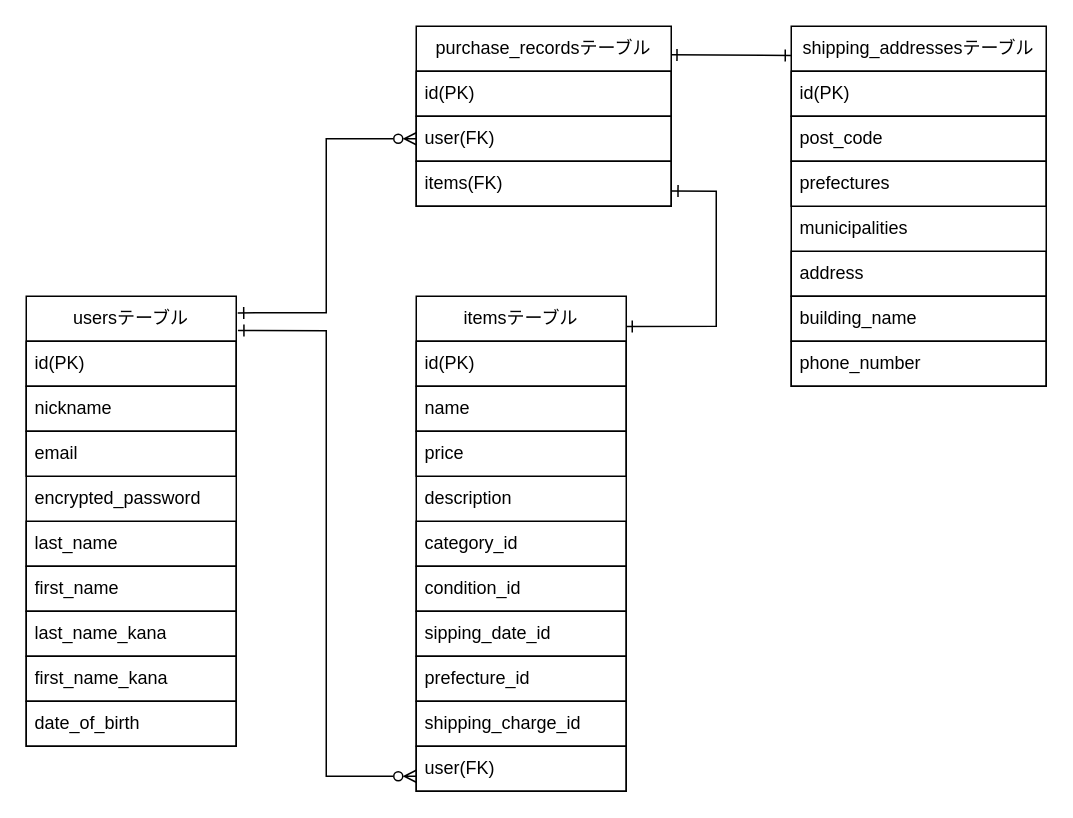
This is ER図.dio from shota27shota/furima-39488, a draw.io file, before an edit. Source tidied: cells renumbered, new cells numbered last; positions are measured from the earlier drawing's top-left corner, leaving out a move shared by most shapes. Both pictures are drawn from the tidied source at 150%, with x=0, y=0 at pixel (26, 26).
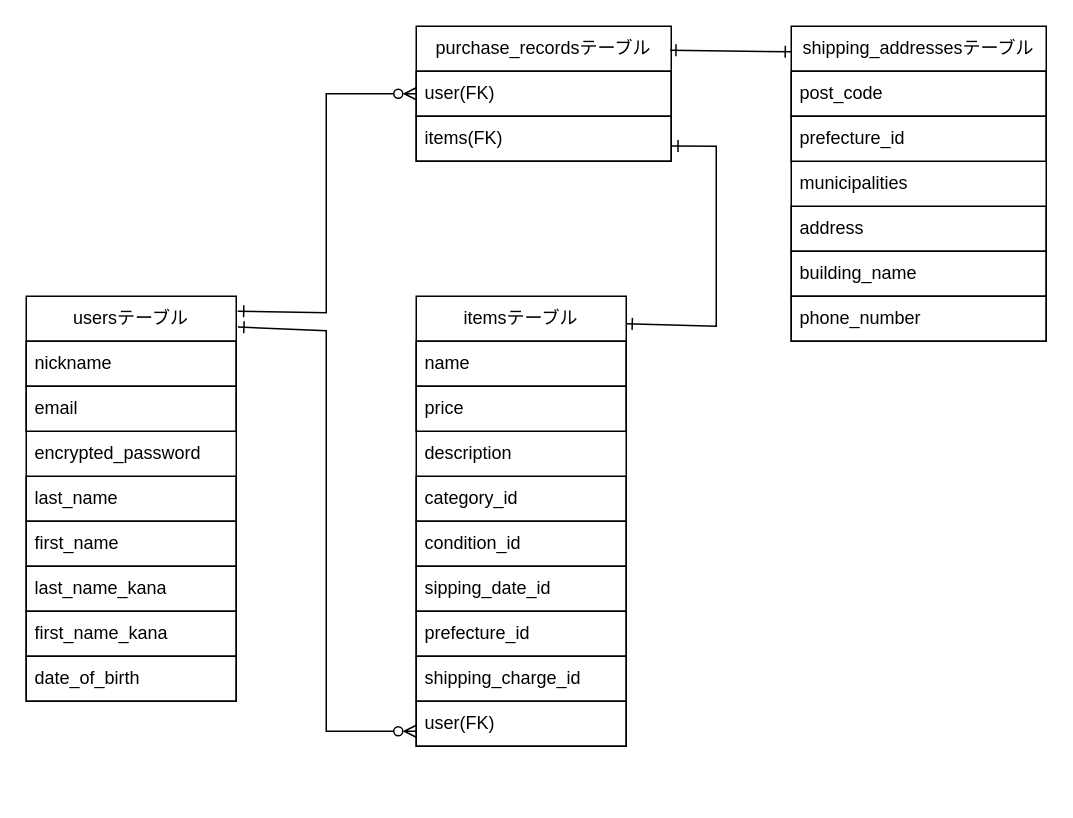
After the change.

Commit message (it also covers changes not shown here):
DB設計の記述修正２

Diff of the diagram source:
```diff
@@
     <mxCell id="2" value="usersテーブル" style="swimlane;fontStyle=0;horizontal=1;startSize=30;whiteSpace=wrap;html=1;strokeColor=default;swimlaneLine=1;" parent="1" vertex="1">
-      <mxGeometry y="180" width="140" height="300" as="geometry" />
+      <mxGeometry y="180" width="140" height="270" as="geometry" />
     </mxCell>
-    <mxCell id="3" value="id(PK)" style="text;strokeColor=default;fillColor=none;align=left;verticalAlign=middle;spacingLeft=4;spacingRight=4;overflow=hidden;whiteSpace=wrap;html=1;" parent="2" vertex="1">
-      <mxGeometry y="30" width="140" height="30" as="geometry" />
-    </mxCell>
     <mxCell id="4" value="nickname" style="text;strokeColor=default;fillColor=none;align=left;verticalAlign=middle;spacingLeft=4;spacingRight=4;overflow=hidden;whiteSpace=wrap;html=1;" parent="2" vertex="1">
-      <mxGeometry y="60" width="140" height="30" as="geometry" />
+      <mxGeometry y="30" width="140" height="30" as="geometry" />
     </mxCell>
     <mxCell id="5" value="email" style="text;strokeColor=default;fillColor=none;align=left;verticalAlign=middle;spacingLeft=4;spacingRight=4;overflow=hidden;whiteSpace=wrap;html=1;" parent="2" vertex="1">
-      <mxGeometry y="90" width="140" height="30" as="geometry" />
+      <mxGeometry y="60" width="140" height="30" as="geometry" />
     </mxCell>
     <mxCell id="6" value="encrypted_password" style="text;strokeColor=none;fillColor=none;align=left;verticalAlign=middle;spacingLeft=4;spacingRight=4;overflow=hidden;whiteSpace=wrap;html=1;" parent="2" vertex="1">
-      <mxGeometry y="120" width="140" height="30" as="geometry" />
+      <mxGeometry y="90" width="140" height="30" as="geometry" />
     </mxCell>
     <mxCell id="7" value="last_name" style="text;strokeColor=default;fillColor=none;align=left;verticalAlign=middle;spacingLeft=4;spacingRight=4;overflow=hidden;whiteSpace=wrap;html=1;" parent="2" vertex="1">
-      <mxGeometry y="150" width="140" height="30" as="geometry" />
+      <mxGeometry y="120" width="140" height="30" as="geometry" />
     </mxCell>
     <mxCell id="8" value="first_name" style="text;strokeColor=default;fillColor=none;align=left;verticalAlign=middle;spacingLeft=4;spacingRight=4;overflow=hidden;whiteSpace=wrap;html=1;" parent="2" vertex="1">
-      <mxGeometry y="180" width="140" height="30" as="geometry" />
+      <mxGeometry y="150" width="140" height="30" as="geometry" />
     </mxCell>
     <mxCell id="9" value="last_name_kana" style="text;strokeColor=default;fillColor=none;align=left;verticalAlign=middle;spacingLeft=4;spacingRight=4;overflow=hidden;whiteSpace=wrap;html=1;" parent="2" vertex="1">
-      <mxGeometry y="210" width="140" height="30" as="geometry" />
+      <mxGeometry y="180" width="140" height="30" as="geometry" />
     </mxCell>
     <mxCell id="10" value="first_name_kana" style="text;strokeColor=default;fillColor=none;align=left;verticalAlign=middle;spacingLeft=4;spacingRight=4;overflow=hidden;whiteSpace=wrap;html=1;" parent="2" vertex="1">
-      <mxGeometry y="240" width="140" height="30" as="geometry" />
+      <mxGeometry y="210" width="140" height="30" as="geometry" />
     </mxCell>
     <mxCell id="11" value="date_of_birth" style="text;strokeColor=default;fillColor=none;align=left;verticalAlign=middle;spacingLeft=4;spacingRight=4;overflow=hidden;whiteSpace=wrap;html=1;" parent="2" vertex="1">
-      <mxGeometry y="270" width="140" height="30" as="geometry" />
+      <mxGeometry y="240" width="140" height="30" as="geometry" />
     </mxCell>
     <mxCell id="12" value="itemsテーブル" style="swimlane;fontStyle=0;horizontal=1;startSize=30;whiteSpace=wrap;html=1;" parent="1" vertex="1">
-      <mxGeometry x="260" y="180" width="140" height="330" as="geometry" />
+      <mxGeometry x="260" y="180" width="140" height="300" as="geometry" />
     </mxCell>
-    <mxCell id="13" value="id(PK)" style="text;strokeColor=default;fillColor=none;align=left;verticalAlign=middle;spacingLeft=4;spacingRight=4;overflow=hidden;whiteSpace=wrap;html=1;" parent="12" vertex="1">
-      <mxGeometry y="30" width="140" height="30" as="geometry" />
-    </mxCell>
     <mxCell id="14" value="name" style="text;strokeColor=default;fillColor=none;align=left;verticalAlign=middle;spacingLeft=4;spacingRight=4;overflow=hidden;whiteSpace=wrap;html=1;" parent="12" vertex="1">
-      <mxGeometry y="60" width="140" height="30" as="geometry" />
+      <mxGeometry y="30" width="140" height="30" as="geometry" />
     </mxCell>
     <mxCell id="15" value="price" style="text;strokeColor=default;fillColor=none;align=left;verticalAlign=middle;spacingLeft=4;spacingRight=4;overflow=hidden;whiteSpace=wrap;html=1;" parent="12" vertex="1">
-      <mxGeometry y="90" width="140" height="30" as="geometry" />
+      <mxGeometry y="60" width="140" height="30" as="geometry" />
     </mxCell>
     <mxCell id="16" value="description" style="text;strokeColor=none;fillColor=none;align=left;verticalAlign=middle;spacingLeft=4;spacingRight=4;overflow=hidden;whiteSpace=wrap;html=1;" parent="12" vertex="1">
-      <mxGeometry y="120" width="140" height="30" as="geometry" />
+      <mxGeometry y="90" width="140" height="30" as="geometry" />
     </mxCell>
     <mxCell id="17" value="category_id" style="text;strokeColor=default;fillColor=none;align=left;verticalAlign=middle;spacingLeft=4;spacingRight=4;overflow=hidden;whiteSpace=wrap;html=1;" parent="12" vertex="1">
-      <mxGeometry y="150" width="140" height="30" as="geometry" />
+      <mxGeometry y="120" width="140" height="30" as="geometry" />
     </mxCell>
     <mxCell id="18" value="condition_id" style="text;strokeColor=default;fillColor=none;align=left;verticalAlign=middle;spacingLeft=4;spacingRight=4;overflow=hidden;whiteSpace=wrap;html=1;" parent="12" vertex="1">
-      <mxGeometry y="180" width="140" height="30" as="geometry" />
+      <mxGeometry y="150" width="140" height="30" as="geometry" />
     </mxCell>
     <mxCell id="19" value="sipping_date_id" style="text;strokeColor=default;fillColor=none;align=left;verticalAlign=middle;spacingLeft=4;spacingRight=4;overflow=hidden;whiteSpace=wrap;html=1;" parent="12" vertex="1">
-      <mxGeometry y="210" width="140" height="30" as="geometry" />
+      <mxGeometry y="180" width="140" height="30" as="geometry" />
     </mxCell>
     <mxCell id="20" value="prefecture_id" style="text;strokeColor=default;fillColor=none;align=left;verticalAlign=middle;spacingLeft=4;spacingRight=4;overflow=hidden;whiteSpace=wrap;html=1;" parent="12" vertex="1">
-      <mxGeometry y="240" width="140" height="30" as="geometry" />
+      <mxGeometry y="210" width="140" height="30" as="geometry" />
     </mxCell>
     <mxCell id="21" value="shipping_charge_id" style="text;strokeColor=default;fillColor=none;align=left;verticalAlign=middle;spacingLeft=4;spacingRight=4;overflow=hidden;whiteSpace=wrap;html=1;" parent="12" vertex="1">
-      <mxGeometry y="270" width="140" height="30" as="geometry" />
+      <mxGeometry y="240" width="140" height="30" as="geometry" />
     </mxCell>
     <mxCell id="22" value="user(FK)" style="text;strokeColor=default;fillColor=none;align=left;verticalAlign=middle;spacingLeft=4;spacingRight=4;overflow=hidden;points=[[0,0.5],[1,0.5]];portConstraint=eastwest;whiteSpace=wrap;html=1;" parent="12" vertex="1">
-      <mxGeometry y="300" width="140" height="30" as="geometry" />
+      <mxGeometry y="270" width="140" height="30" as="geometry" />
     </mxCell>
     <mxCell id="23" value="purchase_recordsテーブル" style="swimlane;fontStyle=0;horizontal=1;startSize=30;whiteSpace=wrap;html=1;" parent="1" vertex="1">
-      <mxGeometry x="260" width="170" height="120" as="geometry" />
+      <mxGeometry x="260" width="170" height="90" as="geometry" />
     </mxCell>
-    <mxCell id="24" value="id(PK)" style="text;strokeColor=default;fillColor=none;align=left;verticalAlign=middle;spacingLeft=4;spacingRight=4;overflow=hidden;whiteSpace=wrap;html=1;" parent="23" vertex="1">
-      <mxGeometry y="30" width="170" height="30" as="geometry" />
-    </mxCell>
     <mxCell id="25" value="user(FK)" style="text;strokeColor=default;fillColor=none;align=left;verticalAlign=middle;spacingLeft=4;spacingRight=4;overflow=hidden;points=[[0,0.5],[1,0.5]];portConstraint=eastwest;whiteSpace=wrap;html=1;" parent="23" vertex="1">
-      <mxGeometry y="60" width="170" height="30" as="geometry" />
+      <mxGeometry y="30" width="170" height="30" as="geometry" />
     </mxCell>
     <mxCell id="26" value="items(FK)" style="text;strokeColor=default;fillColor=none;align=left;verticalAlign=middle;spacingLeft=4;spacingRight=4;overflow=hidden;points=[[0,0.5],[1,0.5]];portConstraint=eastwest;whiteSpace=wrap;html=1;" parent="23" vertex="1">
-      <mxGeometry y="90" width="170" height="30" as="geometry" />
+      <mxGeometry y="60" width="170" height="30" as="geometry" />
     </mxCell>
     <mxCell id="27" value="shipping_addressesテーブル" style="swimlane;fontStyle=0;horizontal=1;startSize=30;whiteSpace=wrap;html=1;" parent="1" vertex="1">
-      <mxGeometry x="510" width="170" height="240" as="geometry" />
+      <mxGeometry x="510" width="170" height="210" as="geometry" />
     </mxCell>
-    <mxCell id="28" value="id(PK)" style="text;strokeColor=default;fillColor=none;align=left;verticalAlign=middle;spacingLeft=4;spacingRight=4;overflow=hidden;whiteSpace=wrap;html=1;" parent="27" vertex="1">
-      <mxGeometry y="30" width="170" height="30" as="geometry" />
-    </mxCell>
     <mxCell id="29" value="post_code" style="text;strokeColor=default;fillColor=none;align=left;verticalAlign=middle;spacingLeft=4;spacingRight=4;overflow=hidden;whiteSpace=wrap;html=1;" parent="27" vertex="1">
-      <mxGeometry y="60" width="170" height="30" as="geometry" />
+      <mxGeometry y="30" width="170" height="30" as="geometry" />
     </mxCell>
-    <mxCell id="30" value="prefectures" style="text;strokeColor=default;fillColor=none;align=left;verticalAlign=middle;spacingLeft=4;spacingRight=4;overflow=hidden;whiteSpace=wrap;html=1;" parent="27" vertex="1">
-      <mxGeometry y="90" width="170" height="30" as="geometry" />
+    <mxCell id="30" value="prefecture_id" style="text;strokeColor=default;fillColor=none;align=left;verticalAlign=middle;spacingLeft=4;spacingRight=4;overflow=hidden;whiteSpace=wrap;html=1;" parent="27" vertex="1">
+      <mxGeometry y="60" width="170" height="30" as="geometry" />
     </mxCell>
     <mxCell id="31" value="municipalities" style="text;strokeColor=none;fillColor=none;align=left;verticalAlign=middle;spacingLeft=4;spacingRight=4;overflow=hidden;whiteSpace=wrap;html=1;" parent="27" vertex="1">
-      <mxGeometry y="120" width="170" height="30" as="geometry" />
+      <mxGeometry y="90" width="170" height="30" as="geometry" />
     </mxCell>
     <mxCell id="32" value="address" style="text;strokeColor=default;fillColor=none;align=left;verticalAlign=middle;spacingLeft=4;spacingRight=4;overflow=hidden;whiteSpace=wrap;html=1;" parent="27" vertex="1">
-      <mxGeometry y="150" width="170" height="30" as="geometry" />
+      <mxGeometry y="120" width="170" height="30" as="geometry" />
     </mxCell>
     <mxCell id="33" value="building_name" style="text;strokeColor=default;fillColor=none;align=left;verticalAlign=middle;spacingLeft=4;spacingRight=4;overflow=hidden;whiteSpace=wrap;html=1;" parent="27" vertex="1">
-      <mxGeometry y="180" width="170" height="30" as="geometry" />
+      <mxGeometry y="150" width="170" height="30" as="geometry" />
     </mxCell>
     <mxCell id="34" value="phone_number" style="text;strokeColor=default;fillColor=none;align=left;verticalAlign=middle;spacingLeft=4;spacingRight=4;overflow=hidden;whiteSpace=wrap;html=1;" parent="27" vertex="1">
-      <mxGeometry y="210" width="170" height="30" as="geometry" />
+      <mxGeometry y="180" width="170" height="30" as="geometry" />
     </mxCell>
     <mxCell id="35" style="endArrow=ERzeroToMany;html=1;rounded=0;exitX=1.007;exitY=0.037;exitDx=0;exitDy=0;exitPerimeter=0;entryX=0;entryY=0.5;entryDx=0;entryDy=0;startArrow=ERone;startFill=0;endFill=0;" parent="1" edge="1" source="2" target="25">
       <mxGeometry relative="1" as="geometry">
         <Array as="points">
           <mxPoint x="200" y="191" />
-          <mxPoint x="200" y="75" />
+          <mxPoint x="200" y="45" />
         </Array>
       </mxGeometry>
     </mxCell>
     <mxCell id="36" style="endArrow=ERzeroToMany;html=1;rounded=0;exitX=1.008;exitY=0.076;exitDx=0;exitDy=0;exitPerimeter=0;startArrow=ERone;startFill=0;endFill=0;entryX=0;entryY=0.667;entryDx=0;entryDy=0;entryPerimeter=0;" parent="1" edge="1" source="2" target="22">
       <mxGeometry relative="1" as="geometry">
         <Array as="points">
           <mxPoint x="200" y="203" />
-          <mxPoint x="200" y="500" />
+          <mxPoint x="200" y="470" />
         </Array>
       </mxGeometry>
     </mxCell>
     <mxCell id="37" style="endArrow=ERone;html=1;rounded=0;exitX=1;exitY=0.061;exitDx=0;exitDy=0;exitPerimeter=0;entryX=1.003;entryY=0.661;entryDx=0;entryDy=0;startArrow=ERone;startFill=0;endFill=0;entryPerimeter=0;" parent="1" edge="1" source="12" target="26">
       <mxGeometry relative="1" as="geometry">
         <Array as="points">
           <mxPoint x="460" y="200" />
-          <mxPoint x="460" y="110" />
+          <mxPoint x="460" y="80" />
         </Array>
       </mxGeometry>
     </mxCell>
-    <mxCell id="38" style="endArrow=ERone;html=1;rounded=0;exitX=0;exitY=0.081;exitDx=0;exitDy=0;exitPerimeter=0;entryX=0.999;entryY=0.159;entryDx=0;entryDy=0;startArrow=ERone;startFill=0;endFill=0;entryPerimeter=0;" parent="1" edge="1" source="27" target="23">
+    <mxCell id="38" style="endArrow=ERone;html=1;rounded=0;exitX=0;exitY=0.081;exitDx=0;exitDy=0;exitPerimeter=0;entryX=0.995;entryY=0.178;entryDx=0;entryDy=0;startArrow=ERone;startFill=0;endFill=0;entryPerimeter=0;" parent="1" edge="1" source="27" target="23">
       <mxGeometry relative="1" as="geometry" />
     </mxCell>
```
